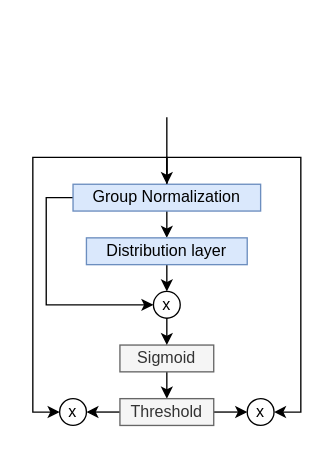
Earlier version of the draw.io diagram drawio/SRU.drawio (cvYouTian/Graph-of-Paper). Source tidied: cells renumbered, new cells numbered last; positions are measured from the earlier drawing's top-left corner, leaving out a move shared by most shapes. Both pictures are drawn from the tidied source at 134%, with x=0, y=0 at pixel (59, 117).
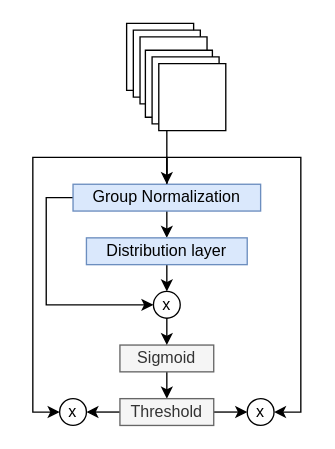
The same page after the edit.

Change to the diagram source:
```diff
@@
+    <mxCell id="19" style="verticalLabelPosition=bottom;verticalAlign=top;html=1;shape=mxgraph.basic.layered_rect;dx=10;whiteSpace=wrap;rotation=-180;" parent="1" vertex="1">
+      <mxGeometry x="50" y="-70" width="60" height="60" as="geometry" />
+    </mxCell>
+    <mxCell id="20" style="verticalLabelPosition=bottom;verticalAlign=top;html=1;shape=mxgraph.basic.layered_rect;dx=10;whiteSpace=wrap;rotation=-180;" parent="1" vertex="1">
+      <mxGeometry x="64" y="-50" width="60" height="60" as="geometry" />
+    </mxCell>
```
